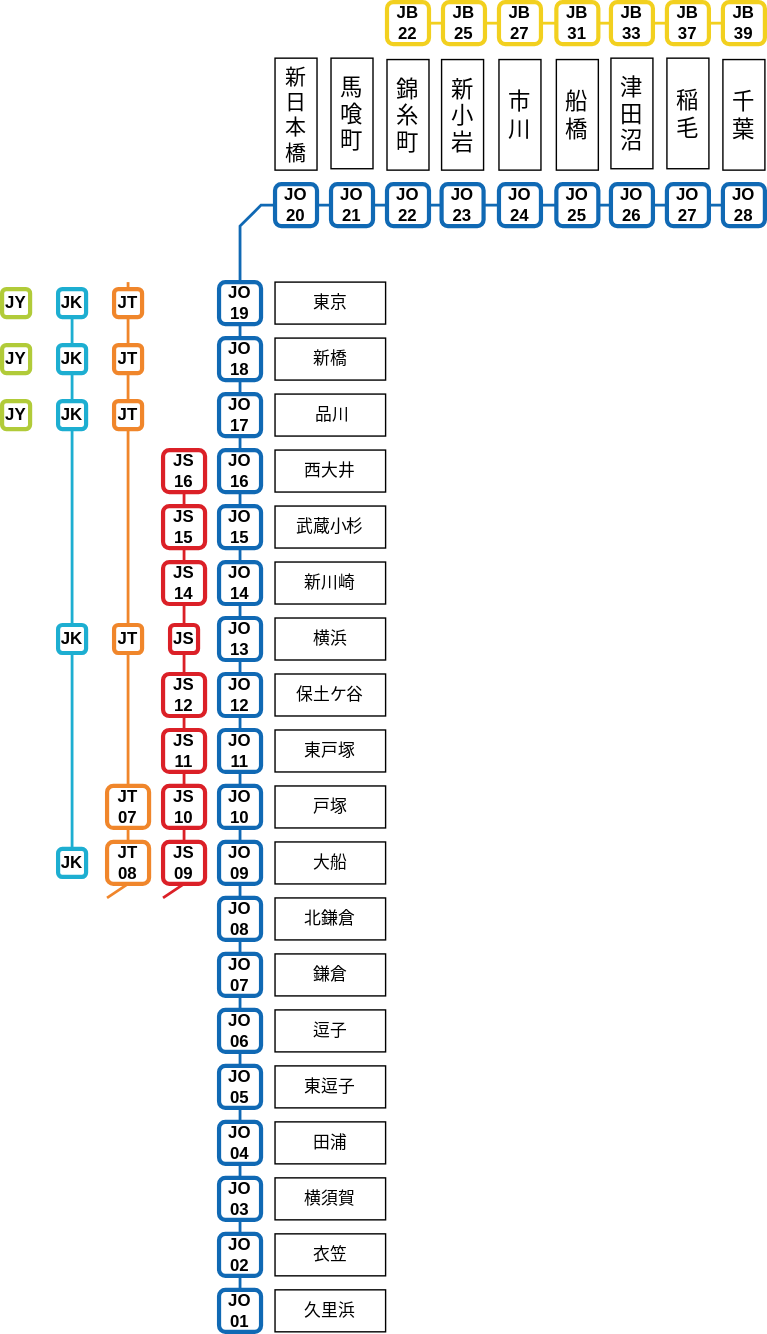
Before: svg/sobu_yokosuka.svg, a diagram exported from draw.io (lyw6024/lyw6024.github.io). Source tidied: cells renumbered, new cells last; positions are measured from the earlier drawing's top-left corner, leaving out a move shared by most shapes.
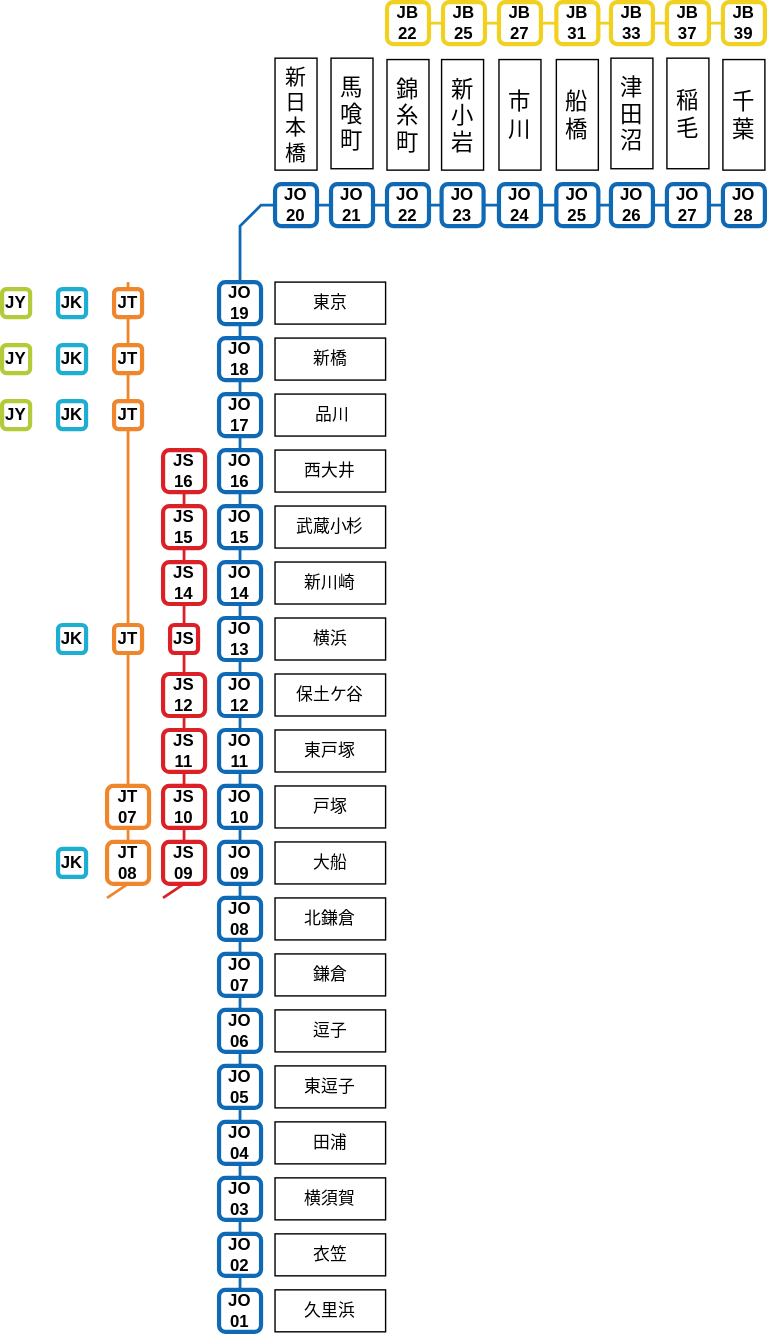
Above is the later version.

Commit message:
merge sobu sys

What changed in the source:
```diff
@@ -271,27 +271,18 @@
     <mxCell id="87" value="&lt;b&gt;JT&lt;/b&gt;" style="rounded=1;whiteSpace=wrap;html=1;strokeWidth=3;strokeColor=#F0862B;" parent="1" vertex="1">
       <mxGeometry x="80" y="205" width="20" height="20" as="geometry" />
     </mxCell>
-    <mxCell id="88" style="edgeStyle=orthogonalEdgeStyle;shape=connector;rounded=0;jettySize=auto;html=1;exitX=0.5;exitY=1;exitDx=0;exitDy=0;entryX=0.5;entryY=0;entryDx=0;entryDy=0;strokeColor=#1DAED1;strokeWidth=2;align=center;verticalAlign=middle;fontFamily=Helvetica;fontSize=11;fontColor=default;labelBackgroundColor=default;endArrow=none;endFill=0;" parent="1" edge="1" source="89" target="92">
-      <mxGeometry relative="1" as="geometry" />
-    </mxCell>
     <mxCell id="89" value="&lt;b&gt;JK&lt;/b&gt;" style="rounded=1;whiteSpace=wrap;html=1;strokeWidth=3;strokeColor=#1DAED1;" parent="1" vertex="1">
       <mxGeometry x="40" y="205" width="20" height="20" as="geometry" />
     </mxCell>
     <mxCell id="90" value="&lt;b&gt;JY&lt;/b&gt;" style="rounded=1;whiteSpace=wrap;html=1;strokeWidth=3;strokeColor=#B1CB39;" parent="1" vertex="1">
       <mxGeometry y="205" width="20" height="20" as="geometry" />
     </mxCell>
-    <mxCell id="91" style="edgeStyle=orthogonalEdgeStyle;shape=connector;rounded=0;jettySize=auto;html=1;exitX=0.5;exitY=1;exitDx=0;exitDy=0;entryX=0.5;entryY=0;entryDx=0;entryDy=0;strokeColor=#1DAED1;strokeWidth=2;align=center;verticalAlign=middle;fontFamily=Helvetica;fontSize=11;fontColor=default;labelBackgroundColor=default;endArrow=none;endFill=0;" parent="1" edge="1" source="92" target="95">
-      <mxGeometry relative="1" as="geometry" />
-    </mxCell>
     <mxCell id="92" value="&lt;b&gt;JK&lt;/b&gt;" style="rounded=1;whiteSpace=wrap;html=1;strokeWidth=3;strokeColor=#1DAED1;" parent="1" vertex="1">
       <mxGeometry x="40" y="245" width="20" height="20" as="geometry" />
     </mxCell>
     <mxCell id="93" value="&lt;b&gt;JY&lt;/b&gt;" style="rounded=1;whiteSpace=wrap;html=1;strokeWidth=3;strokeColor=#B1CB39;" parent="1" vertex="1">
       <mxGeometry y="245" width="20" height="20" as="geometry" />
     </mxCell>
-    <mxCell id="94" style="edgeStyle=orthogonalEdgeStyle;shape=connector;rounded=0;jettySize=auto;html=1;exitX=0.5;exitY=1;exitDx=0;exitDy=0;entryX=0.5;entryY=0;entryDx=0;entryDy=0;strokeColor=#1DAED1;strokeWidth=2;align=center;verticalAlign=middle;fontFamily=Helvetica;fontSize=11;fontColor=default;labelBackgroundColor=default;endArrow=none;endFill=0;" parent="1" edge="1" source="95" target="104">
-      <mxGeometry relative="1" as="geometry" />
-    </mxCell>
     <mxCell id="95" value="&lt;b&gt;JK&lt;/b&gt;" style="rounded=1;whiteSpace=wrap;html=1;strokeWidth=3;strokeColor=#1DAED1;" parent="1" vertex="1">
       <mxGeometry x="40" y="285" width="20" height="20" as="geometry" />
     </mxCell>
@@ -316,9 +307,6 @@
     <mxCell id="102" value="馬喰町" style="rounded=0;whiteSpace=wrap;html=1;direction=south;fontSize=16;" parent="1" vertex="1">
       <mxGeometry x="235" y="40" width="30" height="79" as="geometry" />
     </mxCell>
-    <mxCell id="103" style="edgeStyle=orthogonalEdgeStyle;shape=connector;rounded=0;jettySize=auto;html=1;exitX=0.5;exitY=1;exitDx=0;exitDy=0;entryX=0.5;entryY=0;entryDx=0;entryDy=0;strokeColor=#1DAED1;strokeWidth=2;align=center;verticalAlign=middle;fontFamily=Helvetica;fontSize=11;fontColor=default;labelBackgroundColor=default;endArrow=none;endFill=0;" parent="1" edge="1" source="104" target="105">
-      <mxGeometry relative="1" as="geometry" />
-    </mxCell>
     <mxCell id="104" value="&lt;b&gt;JK&lt;/b&gt;" style="rounded=1;whiteSpace=wrap;html=1;strokeWidth=3;strokeColor=#1DAED1;" parent="1" vertex="1">
       <mxGeometry x="40" y="445" width="20" height="20" as="geometry" />
     </mxCell>
```
